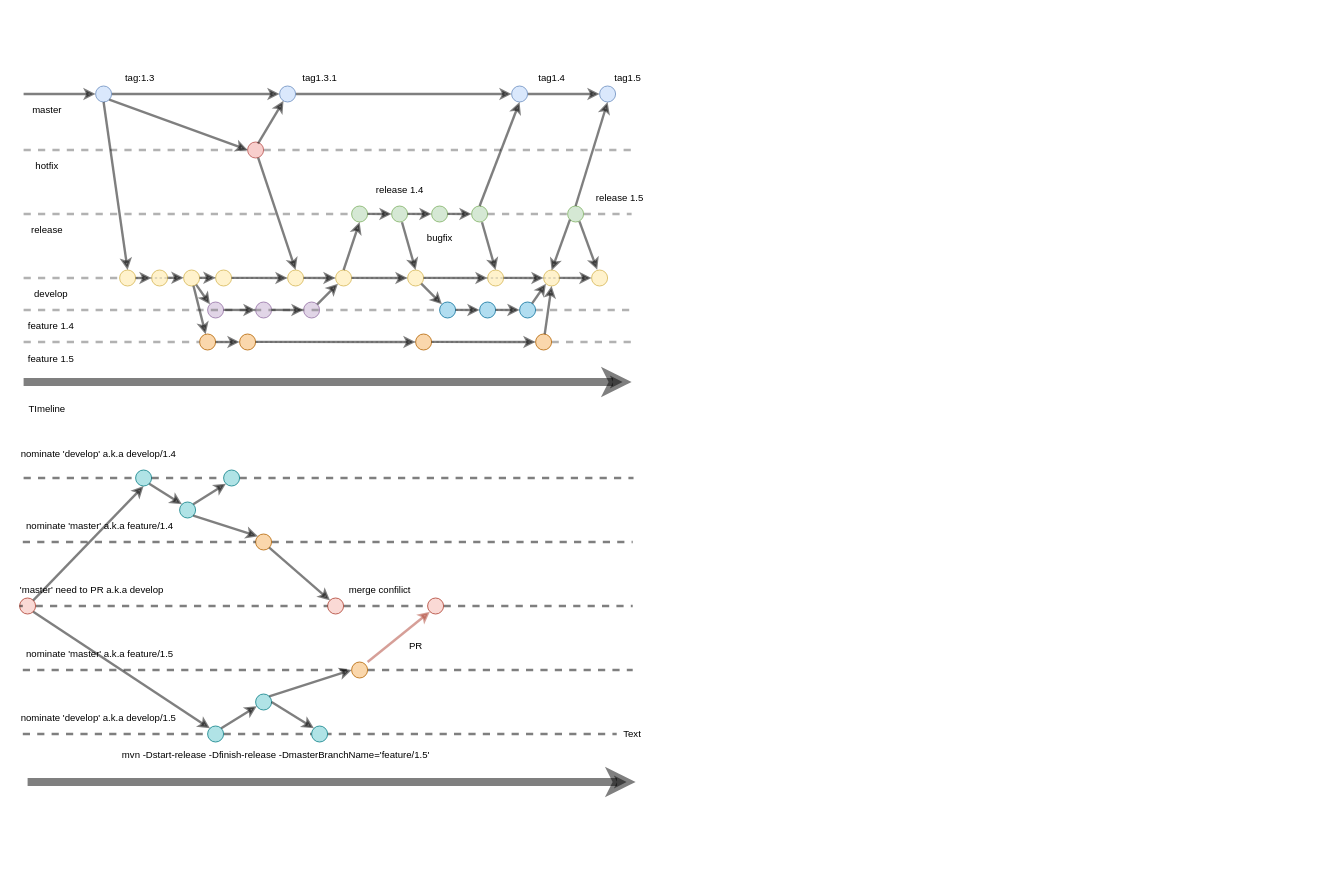
Earlier version of the draw.io diagram Untitled Diagram.drawio (anoyo-lin/domain-cdn-learning). Source tidied: cells renumbered, new cells numbered last; positions are measured from the earlier drawing's top-left corner, leaving out a move shared by most shapes. Both pictures are drawn from the tidied source at 80%, with x=0, y=0 at pixel (15, 70).
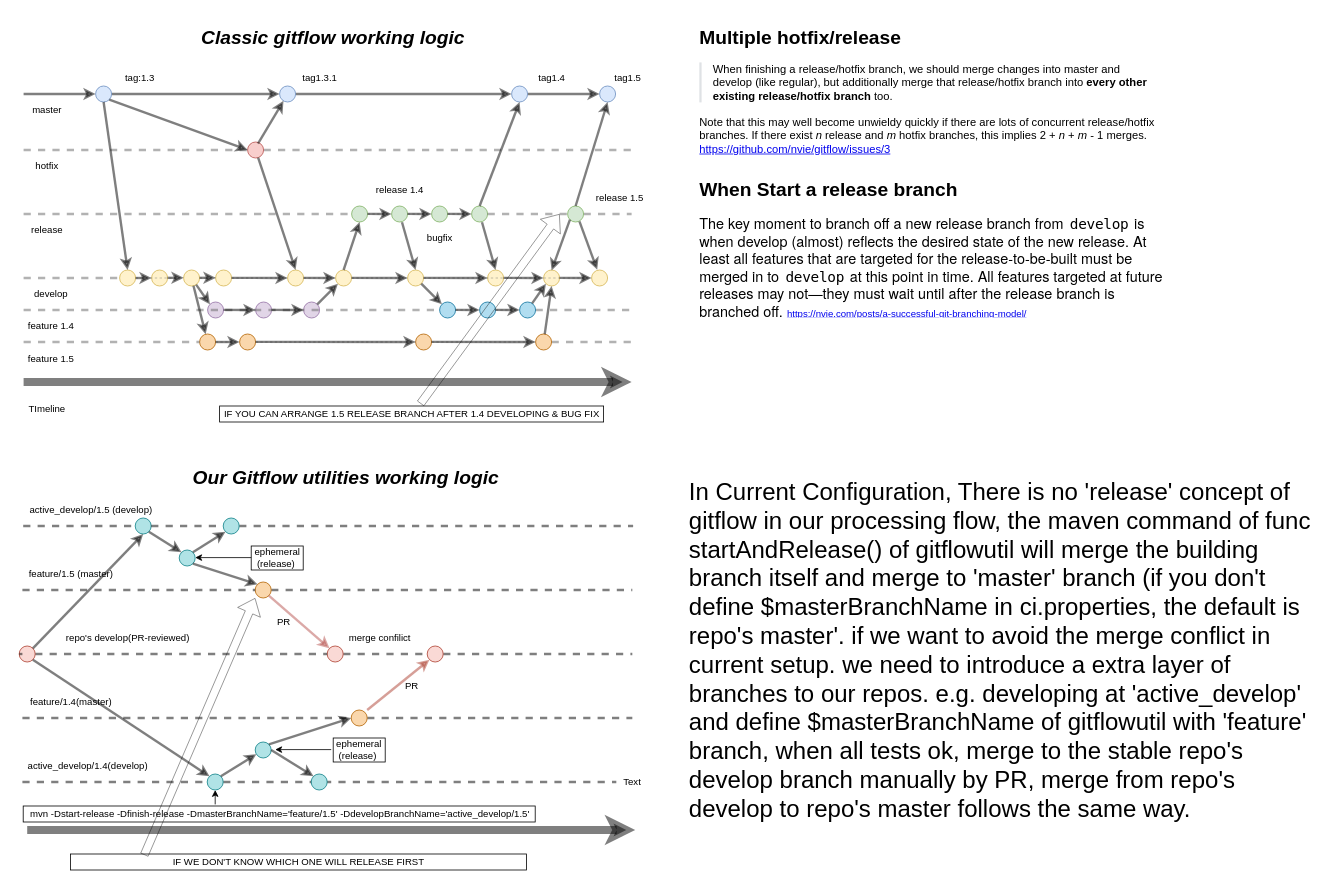
After the change.

Diff of the diagram source:
```diff
@@
     <mxCell id="112" style="endArrow=classic;html=1;opacity=50;strokeWidth=10;" parent="1" edge="1">
       <mxGeometry relative="1" as="geometry">
-        <mxPoint x="15" y="890" as="sourcePoint" />
-        <mxPoint x="775" y="890" as="targetPoint" />
+        <mxPoint x="14.5" y="950" as="sourcePoint" />
+        <mxPoint x="774.5" y="950" as="targetPoint" />
       </mxGeometry>
     </mxCell>
     <mxCell id="113" style="endArrow=none;dashed=1;html=1;strokeWidth=3;opacity=50;" parent="1" edge="1" source="140">
       <mxGeometry relative="1" as="geometry">
-        <mxPoint x="772.4" y="510" as="targetPoint" />
+        <mxPoint x="771.9" y="570" as="targetPoint" />
       </mxGeometry>
     </mxCell>
     <mxCell id="114" style="endArrow=none;dashed=1;html=1;strokeWidth=3;opacity=50;" parent="1" edge="1" source="143">
       <mxGeometry relative="1" as="geometry">
-        <mxPoint x="771.4" y="590" as="targetPoint" />
+        <mxPoint x="770.9" y="650" as="targetPoint" />
       </mxGeometry>
     </mxCell>
     <mxCell id="115" style="endArrow=none;dashed=1;html=1;strokeWidth=3;opacity=50;" parent="1" edge="1" source="133">
       <mxGeometry relative="1" as="geometry">
-        <mxPoint x="771.4" y="670" as="targetPoint" />
+        <mxPoint x="770.9" y="730" as="targetPoint" />
       </mxGeometry>
     </mxCell>
     <mxCell id="116" style="endArrow=none;dashed=1;html=1;strokeWidth=3;opacity=50;" parent="1" edge="1" source="131">
       <mxGeometry relative="1" as="geometry">
-        <mxPoint x="771.4" y="750" as="targetPoint" />
+        <mxPoint x="770.9" y="810" as="targetPoint" />
       </mxGeometry>
     </mxCell>
@@
     <mxCell id="118" value="Text" style="text;html=1;strokeColor=none;fillColor=none;align=center;verticalAlign=middle;whiteSpace=wrap;rounded=0;" parent="1" vertex="1">
-      <mxGeometry x="751.4" y="820" width="40" height="20" as="geometry" />
+      <mxGeometry x="750.9" y="880" width="40" height="20" as="geometry" />
     </mxCell>
-    <mxCell id="119" value="nominate 'develop' a.k.a develop/1.4&amp;nbsp;" style="text;html=1;align=center;verticalAlign=middle;" parent="1" vertex="1">
-      <mxGeometry y="470" width="210" height="20" as="geometry" />
+    <mxCell id="119" value="active_develop/1.5 (develop)" style="text;html=1;align=center;verticalAlign=middle;" parent="1" vertex="1">
+      <mxGeometry x="9" y="540" width="170" height="20" as="geometry" />
     </mxCell>
-    <mxCell id="120" value="nominate 'master' a.k.a feature/1.4" style="text;html=1;align=center;verticalAlign=middle;" parent="1" vertex="1">
-      <mxGeometry x="5" y="560" width="200" height="20" as="geometry" />
+    <mxCell id="120" value="feature/1.5 (master)" style="text;html=1;align=center;verticalAlign=middle;" parent="1" vertex="1">
+      <mxGeometry x="9" y="620" width="120" height="20" as="geometry" />
     </mxCell>
-    <mxCell id="121" value="'master' need to PR a.k.a develop" style="text;html=1;align=center;verticalAlign=middle;" parent="1" vertex="1">
-      <mxGeometry y="640" width="190" height="20" as="geometry" />
+    <mxCell id="121" value="repo's develop(PR-reviewed)" style="text;html=1;align=center;verticalAlign=middle;" parent="1" vertex="1">
+      <mxGeometry x="54.5" y="700" width="170" height="20" as="geometry" />
     </mxCell>
-    <mxCell id="122" value="nominate 'master' a.k.a feature/1.5" style="text;html=1;align=center;verticalAlign=middle;" parent="1" vertex="1">
-      <mxGeometry x="5" y="720" width="200" height="20" as="geometry" />
+    <mxCell id="122" value="feature/1.4(master)" style="text;html=1;align=center;verticalAlign=middle;" parent="1" vertex="1">
+      <mxGeometry x="9" y="780" width="120" height="20" as="geometry" />
     </mxCell>
-    <mxCell id="123" value="nominate 'develop' a.k.a develop/1.5&amp;nbsp;" style="text;html=1;align=center;verticalAlign=middle;" parent="1" vertex="1">
-      <mxGeometry y="800" width="210" height="20" as="geometry" />
+    <mxCell id="123" value="active_develop/1.4(develop)" style="text;html=1;align=center;verticalAlign=middle;" parent="1" vertex="1">
+      <mxGeometry x="4.5" y="860" width="170" height="20" as="geometry" />
     </mxCell>
     <mxCell id="124" style="ellipse;whiteSpace=wrap;html=1;fillColor=#b0e3e6;strokeColor=#0e8088;" parent="1" vertex="1">
-      <mxGeometry x="240" y="820" width="20" height="20" as="geometry" />
+      <mxGeometry x="239.5" y="880" width="20" height="20" as="geometry" />
     </mxCell>
     <mxCell id="125" style="endArrow=none;dashed=1;html=1;strokeWidth=3;opacity=50;" parent="1" edge="1" target="124">
       <mxGeometry relative="1" as="geometry">
-        <mxPoint x="9" y="830" as="sourcePoint" />
+        <mxPoint x="8.5" y="890" as="sourcePoint" />
       </mxGeometry>
     </mxCell>
     <mxCell id="126" style="ellipse;whiteSpace=wrap;html=1;fillColor=#b0e3e6;strokeColor=#0e8088;" parent="1" vertex="1">
-      <mxGeometry x="300" y="780" width="20" height="20" as="geometry" />
+      <mxGeometry x="299.5" y="840" width="20" height="20" as="geometry" />
     </mxCell>
     <mxCell id="127" style="ellipse;whiteSpace=wrap;html=1;fillColor=#b0e3e6;strokeColor=#0e8088;" parent="1" vertex="1">
-      <mxGeometry x="370" y="820" width="20" height="20" as="geometry" />
+      <mxGeometry x="369.5" y="880" width="20" height="20" as="geometry" />
     </mxCell>
@@
     <mxCell id="130" style="endArrow=classic;html=1;strokeWidth=3;opacity=50;exitX=1;exitY=0;exitDx=0;exitDy=0;" parent="1" edge="1" source="126">
       <mxGeometry relative="1" as="geometry">
-        <mxPoint x="420" y="750" as="targetPoint" />
+        <mxPoint x="419.5" y="810" as="targetPoint" />
       </mxGeometry>
     </mxCell>
     <mxCell id="131" style="ellipse;whiteSpace=wrap;html=1;fillColor=#fad7ac;strokeColor=#b46504;" parent="1" vertex="1">
-      <mxGeometry x="420" y="740" width="20" height="20" as="geometry" />
+      <mxGeometry x="419.5" y="800" width="20" height="20" as="geometry" />
     </mxCell>
     <mxCell id="132" style="endArrow=none;dashed=1;html=1;strokeWidth=3;opacity=50;" parent="1" edge="1" target="131">
       <mxGeometry relative="1" as="geometry">
-        <mxPoint x="9" y="750" as="sourcePoint" />
+        <mxPoint x="8.5" y="810" as="sourcePoint" />
       </mxGeometry>
     </mxCell>
     <mxCell id="133" style="ellipse;whiteSpace=wrap;html=1;fillColor=#fad9d5;strokeColor=#ae4132;" parent="1" vertex="1">
-      <mxGeometry x="515" y="660" width="20" height="20" as="geometry" />
+      <mxGeometry x="514.5" y="720" width="20" height="20" as="geometry" />
     </mxCell>
@@
-    <mxCell id="135" value="mvn -Dstart-release -Dfinish-release -DmasterBranchName='feature/1.5'" style="text;html=1;align=center;verticalAlign=middle;" parent="1" vertex="1">
-      <mxGeometry x="125" y="846" width="400" height="20" as="geometry" />
+    <mxCell id="135" value="mvn -Dstart-release -Dfinish-release -DmasterBranchName='feature/1.5' -DdevelopBranchName='active_develop/1.5'" style="text;html=1;align=center;verticalAlign=middle;rounded=0;strokeColor=#000000;" parent="1" vertex="1">
+      <mxGeometry x="9.5" y="920" width="640" height="20" as="geometry" />
     </mxCell>
     <mxCell id="136" style="endArrow=classic;html=1;strokeWidth=3;opacity=50;entryX=0;entryY=1;entryDx=0;entryDy=0;fillColor=#fad9d5;strokeColor=#ae4132;" parent="1" edge="1" target="133">
       <mxGeometry relative="1" as="geometry">
-        <mxPoint x="440" y="740" as="sourcePoint" />
+        <mxPoint x="439.5" y="800" as="sourcePoint" />
       </mxGeometry>
     </mxCell>
     <mxCell id="137" value="PR" style="text;html=1;align=center;verticalAlign=middle;" parent="1" vertex="1">
-      <mxGeometry x="485" y="710" width="30" height="20" as="geometry" />
+      <mxGeometry x="479.5" y="760" width="30" height="20" as="geometry" />
     </mxCell>
     <mxCell id="138" style="ellipse;whiteSpace=wrap;html=1;fillColor=#b0e3e6;strokeColor=#0e8088;" parent="1" vertex="1">
-      <mxGeometry x="150" y="500" width="20" height="20" as="geometry" />
+      <mxGeometry x="149.5" y="560" width="20" height="20" as="geometry" />
     </mxCell>
     <mxCell id="139" style="endArrow=none;dashed=1;html=1;strokeWidth=3;opacity=50;" parent="1" edge="1" target="138">
       <mxGeometry relative="1" as="geometry">
-        <mxPoint x="10" y="510" as="sourcePoint" />
+        <mxPoint x="9.5" y="570" as="sourcePoint" />
       </mxGeometry>
     </mxCell>
     <mxCell id="140" style="ellipse;whiteSpace=wrap;html=1;fillColor=#b0e3e6;strokeColor=#0e8088;" parent="1" vertex="1">
-      <mxGeometry x="260" y="500" width="20" height="20" as="geometry" />
+      <mxGeometry x="259.5" y="560" width="20" height="20" as="geometry" />
     </mxCell>
@@
     <mxCell id="142" style="ellipse;whiteSpace=wrap;html=1;fillColor=#b0e3e6;strokeColor=#0e8088;" parent="1" vertex="1">
-      <mxGeometry x="205" y="540" width="20" height="20" as="geometry" />
+      <mxGeometry x="204.5" y="600" width="20" height="20" as="geometry" />
     </mxCell>
     <mxCell id="143" style="ellipse;whiteSpace=wrap;html=1;fillColor=#fad7ac;strokeColor=#b46504;" parent="1" vertex="1">
-      <mxGeometry x="300" y="580" width="20" height="20" as="geometry" />
+      <mxGeometry x="299.5" y="640" width="20" height="20" as="geometry" />
     </mxCell>
     <mxCell id="144" style="endArrow=none;dashed=1;html=1;strokeWidth=3;opacity=50;" parent="1" edge="1" target="143">
       <mxGeometry relative="1" as="geometry">
-        <mxPoint x="9" y="590" as="sourcePoint" />
+        <mxPoint x="8.5" y="650" as="sourcePoint" />
       </mxGeometry>
     </mxCell>
     <mxCell id="145" style="ellipse;whiteSpace=wrap;html=1;fillColor=#fad9d5;strokeColor=#ae4132;" parent="1" vertex="1">
-      <mxGeometry x="390" y="660" width="20" height="20" as="geometry" />
+      <mxGeometry x="389.5" y="720" width="20" height="20" as="geometry" />
     </mxCell>
@@
-    <mxCell id="150" style="endArrow=classic;html=1;strokeWidth=3;opacity=50;exitX=1;exitY=1;exitDx=0;exitDy=0;entryX=0;entryY=0;entryDx=0;entryDy=0;" parent="1" edge="1" source="143" target="145">
+    <mxCell id="150" style="endArrow=classic;html=1;strokeWidth=3;opacity=50;exitX=1;exitY=1;exitDx=0;exitDy=0;entryX=0;entryY=0;entryDx=0;entryDy=0;fillColor=#f8cecc;strokeColor=#b85450;" parent="1" edge="1" source="143" target="145">
       <mxGeometry relative="1" as="geometry" />
     </mxCell>
     <mxCell id="151" style="ellipse;whiteSpace=wrap;html=1;fillColor=#fad9d5;strokeColor=#ae4132;" parent="1" vertex="1">
-      <mxGeometry x="5" y="660" width="20" height="20" as="geometry" />
+      <mxGeometry x="4.5" y="720" width="20" height="20" as="geometry" />
     </mxCell>
     <mxCell id="152" style="endArrow=none;dashed=1;html=1;strokeWidth=3;opacity=50;" parent="1" edge="1" target="151">
       <mxGeometry relative="1" as="geometry">
-        <mxPoint x="9" y="670" as="sourcePoint" />
+        <mxPoint x="8.5" y="730" as="sourcePoint" />
       </mxGeometry>
     </mxCell>
@@
     <mxCell id="155" value="merge confilict" style="text;html=1;align=center;verticalAlign=middle;" parent="1" vertex="1">
-      <mxGeometry x="410" y="640" width="90" height="20" as="geometry" />
+      <mxGeometry x="409.5" y="700" width="90" height="20" as="geometry" />
     </mxCell>
+    <mxCell id="156" style="endArrow=classic;html=1;" parent="1" edge="1">
+      <mxGeometry relative="1" as="geometry">
+        <mxPoint x="249.5" y="918" as="sourcePoint" />
+        <mxPoint x="249.5" y="900" as="targetPoint" />
+      </mxGeometry>
+    </mxCell>
+    <mxCell id="157" value="ephemeral (release)&amp;nbsp;" style="text;html=1;strokeColor=#000000;fillColor=none;align=center;verticalAlign=middle;whiteSpace=wrap;rounded=0;" parent="1" vertex="1">
+      <mxGeometry x="294.5" y="595" width="65" height="30" as="geometry" />
+    </mxCell>
+    <mxCell id="158" style="endArrow=classic;html=1;" parent="1" edge="1">
+      <mxGeometry relative="1" as="geometry">
+        <mxPoint x="294.5" y="609.5" as="sourcePoint" />
+        <mxPoint x="224.5" y="609.5" as="targetPoint" />
+      </mxGeometry>
+    </mxCell>
+    <mxCell id="159" value="PR" style="text;html=1;align=center;verticalAlign=middle;" parent="1" vertex="1">
+      <mxGeometry x="319.5" y="680" width="30" height="20" as="geometry" />
+    </mxCell>
+    <mxCell id="160" value="IF YOU CAN ARRANGE 1.5 RELEASE BRANCH AFTER 1.4 DEVELOPING &amp;amp; BUG FIX" style="text;html=1;align=center;verticalAlign=middle;points=[];strokeColor=#000000;" parent="1" vertex="1">
+      <mxGeometry x="255" y="420" width="480" height="20" as="geometry" />
+    </mxCell>
+    <mxCell id="161" style="shape=flexArrow;endArrow=classic;html=1;opacity=50;exitX=0.523;exitY=-0.145;exitDx=0;exitDy=0;exitPerimeter=0;" parent="1" edge="1" source="160">
+      <mxGeometry relative="1" as="geometry">
+        <mxPoint x="680" y="180" as="targetPoint" />
+      </mxGeometry>
+    </mxCell>
+    <mxCell id="162" value="IF WE DON'T KNOW WHICH ONE WILL RELEASE FIRST" style="text;html=1;strokeColor=#000000;fillColor=none;align=center;verticalAlign=middle;whiteSpace=wrap;rounded=0;" parent="1" vertex="1">
+      <mxGeometry x="68.5" y="980" width="570" height="20" as="geometry" />
+    </mxCell>
+    <mxCell id="163" style="shape=flexArrow;endArrow=classic;html=1;opacity=50;exitX=0.162;exitY=0.065;exitDx=0;exitDy=0;exitPerimeter=0;" parent="1" edge="1" source="162">
+      <mxGeometry relative="1" as="geometry">
+        <mxPoint x="299.5" y="660" as="targetPoint" />
+      </mxGeometry>
+    </mxCell>
+    <mxCell id="164" value="&lt;h1&gt;Multiple hotfix/release&lt;/h1&gt;&lt;blockquote style=&quot;box-sizing: border-box ; margin: 0px 0px 16px ; padding: 0px 1em ; border-left: 0.25em solid rgb(223 , 226 , 229) ; font-family: , &amp;#34;blinkmacsystemfont&amp;#34; , &amp;#34;segoe ui&amp;#34; , &amp;#34;helvetica&amp;#34; , &amp;#34;arial&amp;#34; , sans-serif , &amp;#34;apple color emoji&amp;#34; , &amp;#34;segoe ui emoji&amp;#34; ; font-size: 14px&quot;&gt;&lt;p style=&quot;box-sizing: border-box ; margin-top: 0px ; margin-bottom: 0px&quot;&gt;When finishing a release/hotfix branch, we should merge changes into master and develop (like regular), but additionally merge that release/hotfix branch into&amp;nbsp;&lt;span style=&quot;box-sizing: border-box ; font-weight: 600&quot;&gt;every other existing release/hotfix branch&lt;/span&gt;&amp;nbsp;too.&lt;/p&gt;&lt;/blockquote&gt;&lt;p style=&quot;box-sizing: border-box ; margin-top: 0px ; font-family: , &amp;#34;blinkmacsystemfont&amp;#34; , &amp;#34;segoe ui&amp;#34; , &amp;#34;helvetica&amp;#34; , &amp;#34;arial&amp;#34; , sans-serif , &amp;#34;apple color emoji&amp;#34; , &amp;#34;segoe ui emoji&amp;#34; ; font-size: 14px ; margin-bottom: 0px&quot;&gt;Note that this may well become unwieldy quickly if there are lots of concurrent release/hotfix branches. If there exist&amp;nbsp;&lt;em style=&quot;box-sizing: border-box&quot;&gt;n&lt;/em&gt;&amp;nbsp;release and&amp;nbsp;&lt;em style=&quot;box-sizing: border-box&quot;&gt;m&lt;/em&gt;&amp;nbsp;hotfix branches, this implies 2 +&amp;nbsp;&lt;em style=&quot;box-sizing: border-box&quot;&gt;n&lt;/em&gt;&amp;nbsp;+&amp;nbsp;&lt;em style=&quot;box-sizing: border-box&quot;&gt;m&lt;/em&gt;&amp;nbsp;- 1 merges.&lt;/p&gt;&lt;p style=&quot;box-sizing: border-box ; margin-top: 0px ; font-family: , &amp;#34;blinkmacsystemfont&amp;#34; , &amp;#34;segoe ui&amp;#34; , &amp;#34;helvetica&amp;#34; , &amp;#34;arial&amp;#34; , sans-serif , &amp;#34;apple color emoji&amp;#34; , &amp;#34;segoe ui emoji&amp;#34; ; font-size: 14px ; margin-bottom: 0px&quot;&gt;&lt;a href=&quot;https://github.com/nvie/gitflow/issues/3&quot;&gt;https://github.com/nvie/gitflow/issues/3&lt;/a&gt;&lt;br&gt;&lt;/p&gt;" style="text;html=1;strokeColor=none;fillColor=none;spacing=5;spacingTop=-20;whiteSpace=wrap;overflow=hidden;rounded=0;" parent="1" vertex="1">
+      <mxGeometry x="849.5" y="-60" width="600" height="180" as="geometry" />
+    </mxCell>
+    <mxCell id="165" value="&lt;h1&gt;When Start a release branch&lt;/h1&gt;&lt;span style=&quot;font-family: &amp;#34;titillium web&amp;#34; , &amp;#34;helvetica neue&amp;#34; , &amp;#34;helvetica neue&amp;#34; , &amp;#34;arial&amp;#34; , sans-serif ; font-size: 18px&quot;&gt;The key moment to branch off a new release branch from&amp;nbsp;&lt;/span&gt;&lt;code style=&quot;margin: 0px 2px 0px 3px ; padding: 0px ; box-sizing: border-box ; letter-spacing: -0.02em ; font-family: &amp;#34;inconsolata&amp;#34; , &amp;#34;monaco&amp;#34; , &amp;#34;menlo&amp;#34; , &amp;#34;consolas&amp;#34; , &amp;#34;courier new&amp;#34; , monospace ; font-size: 18px&quot;&gt;develop&lt;/code&gt;&lt;span style=&quot;font-family: &amp;#34;titillium web&amp;#34; , &amp;#34;helvetica neue&amp;#34; , &amp;#34;helvetica neue&amp;#34; , &amp;#34;arial&amp;#34; , sans-serif ; font-size: 18px&quot;&gt;&amp;nbsp;is when develop (almost) reflects the desired state of the new release.&amp;nbsp;At least all features that are targeted for the release-to-be-built must be merged in to&amp;nbsp;&lt;/span&gt;&lt;code style=&quot;margin: 0px 2px 0px 3px ; padding: 0px ; box-sizing: border-box ; letter-spacing: -0.02em ; font-family: &amp;#34;inconsolata&amp;#34; , &amp;#34;monaco&amp;#34; , &amp;#34;menlo&amp;#34; , &amp;#34;consolas&amp;#34; , &amp;#34;courier new&amp;#34; , monospace ; font-size: 18px&quot;&gt;develop&lt;/code&gt;&lt;span style=&quot;font-family: &amp;#34;titillium web&amp;#34; , &amp;#34;helvetica neue&amp;#34; , &amp;#34;helvetica neue&amp;#34; , &amp;#34;arial&amp;#34; , sans-serif ; font-size: 18px&quot;&gt;&amp;nbsp;at this point in time. All features targeted at future releases may not—they must wait until after the release branch is branched off.&amp;nbsp;&lt;/span&gt;&lt;a href=&quot;https://nvie.com/posts/a-successful-git-branching-model/&quot;&gt;https://nvie.com/posts/a-successful-git-branching-model/&lt;/a&gt;" style="text;html=1;strokeColor=none;fillColor=none;spacing=5;spacingTop=-20;whiteSpace=wrap;overflow=hidden;rounded=0;" parent="1" vertex="1">
+      <mxGeometry x="849.5" y="130" width="600" height="180" as="geometry" />
+    </mxCell>
+    <mxCell id="166" value="ephemeral (release)&amp;nbsp;" style="text;html=1;strokeColor=#000000;fillColor=none;align=center;verticalAlign=middle;whiteSpace=wrap;rounded=0;" parent="1" vertex="1">
+      <mxGeometry x="397" y="835" width="65" height="30" as="geometry" />
+    </mxCell>
+    <mxCell id="167" style="endArrow=classic;html=1;" parent="1" edge="1">
+      <mxGeometry relative="1" as="geometry">
+        <mxPoint x="394.5" y="849.5" as="sourcePoint" />
+        <mxPoint x="324.5" y="849.5" as="targetPoint" />
+      </mxGeometry>
+    </mxCell>
+    <mxCell id="168" value="&lt;b&gt;&lt;i&gt;&lt;font style=&quot;font-size: 24px&quot;&gt;Our Gitflow utilities working logic&lt;/font&gt;&lt;/i&gt;&lt;/b&gt;" style="text;html=1;strokeColor=none;fillColor=none;align=center;verticalAlign=middle;whiteSpace=wrap;rounded=0;" parent="1" vertex="1">
+      <mxGeometry x="159.5" y="500" width="506" height="20" as="geometry" />
+    </mxCell>
+    <mxCell id="169" value="&lt;b&gt;&lt;i&gt;&lt;font style=&quot;font-size: 24px&quot;&gt;Classic gitflow working logic&lt;/font&gt;&lt;/i&gt;&lt;/b&gt;" style="text;html=1;strokeColor=none;fillColor=none;align=center;verticalAlign=middle;whiteSpace=wrap;rounded=0;" parent="1" vertex="1">
+      <mxGeometry x="144" y="-50" width="506" height="20" as="geometry" />
+    </mxCell>
+    <mxCell id="170" value="&lt;font style=&quot;font-size: 30px&quot;&gt;In Current Configuration, There is no 'release' concept of gitflow in our processing flow, the maven command of func startAndRelease() of gitflowutil will merge the building branch itself and merge to 'master' branch (if you don't define $masterBranchName in ci.properties, the default is repo's master'. if we want to avoid the merge conflict in current setup. we need to introduce a extra layer of branches to our repos. e.g. developing at 'active_develop' and define $masterBranchName of gitflowutil with 'feature' branch, when all tests ok, merge to the stable repo's develop branch manually by PR, merge from repo's develop to repo's master follows the same way.&lt;/font&gt;" style="text;html=1;strokeColor=none;fillColor=none;align=left;verticalAlign=middle;whiteSpace=wrap;rounded=0;" parent="1" vertex="1">
+      <mxGeometry x="839.5" y="520" width="780" height="410" as="geometry" />
+    </mxCell>
```
